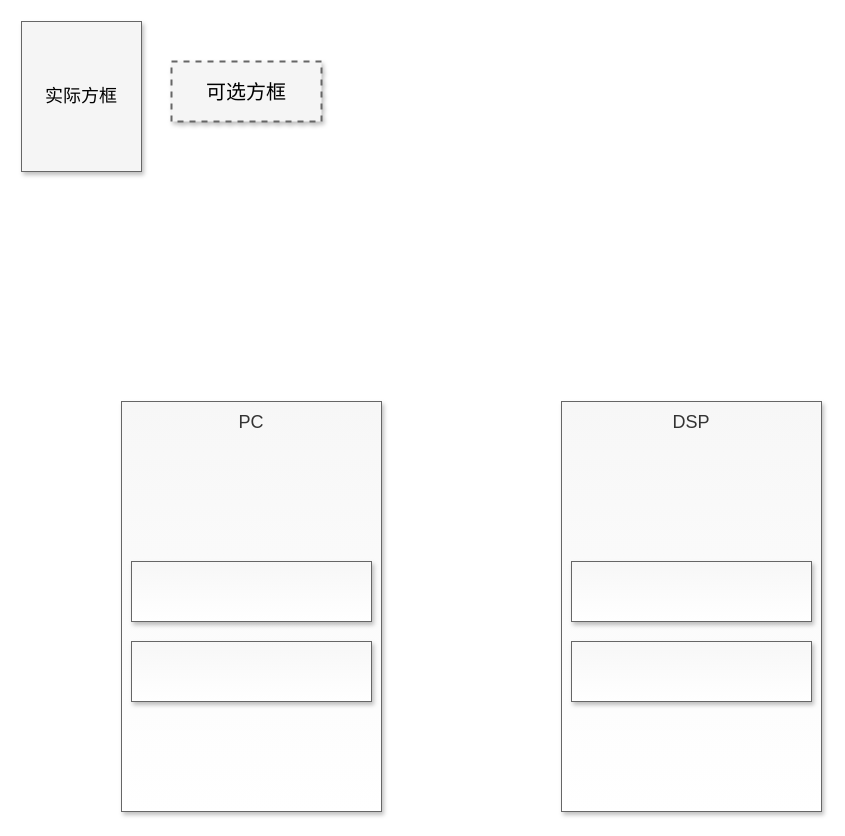
Earlier version of the draw.io diagram page "Page-1" (1 of 2) of Untitled Diagram.drawio (fuxinsen/test). Source tidied: cells renumbered, new cells numbered last; positions are measured from the earlier drawing's top-left corner, leaving out a move shared by most shapes. Both pictures are drawn from the tidied source at 100%, with x=0, y=0 at pixel (21, 21).
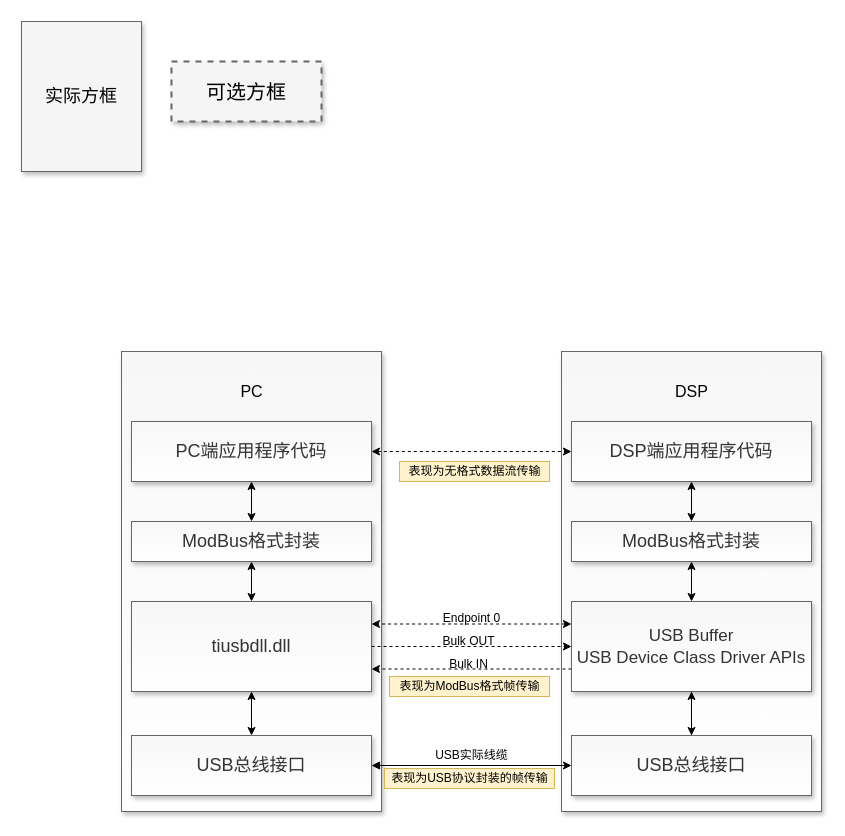
Above is the later version.

Diff of the diagram source:
```diff
@@
-    <mxCell id="2" value="DSP&lt;br&gt;&lt;br&gt;&lt;br&gt;&lt;br&gt;&lt;br&gt;&lt;br&gt;&lt;br&gt;&lt;br&gt;&lt;br&gt;&lt;br&gt;&lt;br&gt;&lt;br&gt;&lt;br&gt;&lt;br&gt;&lt;br&gt;&lt;br&gt;&lt;br&gt;&lt;br&gt;" style="whiteSpace=wrap;html=1;shadow=1;fontSize=18;sketch=0;rounded=0;glass=0;strokeColor=#666666;fontColor=#333333;fillColor=#F7F7F7;gradientColor=#ffffff;" parent="1" vertex="1">
-      <mxGeometry x="540" y="380" width="260" height="410" as="geometry" />
+    <mxCell id="2" style="whiteSpace=wrap;html=1;shadow=1;fontSize=18;sketch=0;rounded=0;glass=0;strokeColor=#666666;fontColor=#333333;fillColor=#F7F7F7;gradientColor=#ffffff;" parent="1" vertex="1">
+      <mxGeometry x="540" y="330" width="260" height="460" as="geometry" />
     </mxCell>
-    <mxCell id="3" value="&lt;div&gt;&lt;span&gt;PC&lt;/span&gt;&lt;/div&gt;&lt;div&gt;&lt;span&gt;&lt;br&gt;&lt;/span&gt;&lt;/div&gt;&lt;div&gt;&lt;span&gt;&lt;br&gt;&lt;/span&gt;&lt;/div&gt;&lt;div&gt;&lt;span&gt;&lt;br&gt;&lt;/span&gt;&lt;/div&gt;&lt;div&gt;&lt;span&gt;&lt;br&gt;&lt;/span&gt;&lt;/div&gt;&lt;div&gt;&lt;span&gt;&lt;br&gt;&lt;/span&gt;&lt;/div&gt;&lt;div&gt;&lt;br&gt;&lt;/div&gt;&lt;div&gt;&lt;br&gt;&lt;/div&gt;&lt;div&gt;&lt;br&gt;&lt;/div&gt;&lt;div&gt;&lt;br&gt;&lt;/div&gt;&lt;div&gt;&lt;br&gt;&lt;/div&gt;&lt;div&gt;&lt;br&gt;&lt;/div&gt;&lt;div&gt;&lt;br&gt;&lt;/div&gt;&lt;div&gt;&lt;br&gt;&lt;/div&gt;&lt;div&gt;&lt;br&gt;&lt;/div&gt;&lt;div&gt;&lt;br&gt;&lt;/div&gt;&lt;div&gt;&lt;br&gt;&lt;/div&gt;&lt;div&gt;&lt;br&gt;&lt;/div&gt;" style="whiteSpace=wrap;html=1;shadow=1;fontSize=18;sketch=0;rounded=0;glass=0;strokeColor=#666666;fontColor=#333333;fillColor=#F7F7F7;gradientColor=#ffffff;align=center;" parent="1" vertex="1">
-      <mxGeometry x="100" y="380" width="260" height="410" as="geometry" />
+    <mxCell id="3" value="&lt;div&gt;&lt;br&gt;&lt;/div&gt;" style="whiteSpace=wrap;html=1;shadow=1;fontSize=18;sketch=0;rounded=0;glass=0;strokeColor=#666666;fontColor=#333333;fillColor=#F7F7F7;gradientColor=#ffffff;align=center;" parent="1" vertex="1">
+      <mxGeometry x="100" y="330" width="260" height="460" as="geometry" />
     </mxCell>
@@
+    <mxCell id="10" style="edgeStyle=orthogonalEdgeStyle;rounded=0;sketch=0;jettySize=auto;html=1;entryX=0;entryY=0.5;entryDx=0;entryDy=0;shadow=0;dashed=1;startArrow=none;startFill=0;strokeColor=#000000;strokeWidth=1;fillColor=none;" parent="1" edge="1" source="6" target="8">
+      <mxGeometry relative="1" as="geometry" />
+    </mxCell>
-    <mxCell id="6" style="whiteSpace=wrap;html=1;shadow=1;fontSize=18;sketch=0;rounded=0;glass=0;strokeColor=#666666;fontColor=#333333;fillColor=#F7F7F7;gradientColor=#ffffff;" parent="1" vertex="1">
-      <mxGeometry x="110" y="540" width="240" height="60" as="geometry" />
+    <mxCell id="6" value="tiusbdll.dll" style="whiteSpace=wrap;html=1;shadow=1;fontSize=18;sketch=0;rounded=0;glass=0;strokeColor=#666666;fontColor=#333333;fillColor=#F7F7F7;gradientColor=#ffffff;" parent="1" vertex="1">
+      <mxGeometry x="110" y="580" width="240" height="90" as="geometry" />
     </mxCell>
+    <mxCell id="11" style="edgeStyle=orthogonalEdgeStyle;rounded=0;jettySize=auto;html=1;entryX=0;entryY=0.5;entryDx=0;entryDy=0;startArrow=block;" parent="1" edge="1" source="7" target="9">
+      <mxGeometry relative="1" as="geometry" />
+    </mxCell>
+    <mxCell id="12" style="edgeStyle=orthogonalEdgeStyle;rounded=0;sketch=0;jettySize=auto;html=1;exitX=0.5;exitY=0;exitDx=0;exitDy=0;entryX=0.5;entryY=1;entryDx=0;entryDy=0;shadow=0;startArrow=classic;startFill=1;strokeColor=#000000;strokeWidth=1;fillColor=none;" parent="1" edge="1" source="7" target="6">
+      <mxGeometry relative="1" as="geometry" />
+    </mxCell>
-    <mxCell id="7" style="whiteSpace=wrap;html=1;shadow=1;fontSize=18;sketch=0;rounded=0;glass=0;strokeColor=#666666;fontColor=#333333;fillColor=#F7F7F7;gradientColor=#ffffff;" parent="1" vertex="1">
-      <mxGeometry x="110" y="620" width="240" height="60" as="geometry" />
+    <mxCell id="7" value="USB总线接口" style="whiteSpace=wrap;html=1;shadow=1;fontSize=18;sketch=0;rounded=0;glass=0;strokeColor=#666666;fontColor=#333333;fillColor=#F7F7F7;gradientColor=#ffffff;" parent="1" vertex="1">
+      <mxGeometry x="110" y="714" width="240" height="60" as="geometry" />
     </mxCell>
+    <mxCell id="13" style="edgeStyle=orthogonalEdgeStyle;rounded=0;jettySize=auto;html=1;" parent="1" edge="1" source="8" target="9">
+      <mxGeometry relative="1" as="geometry" />
+    </mxCell>
+    <mxCell id="14" style="edgeStyle=orthogonalEdgeStyle;rounded=0;sketch=0;jettySize=auto;html=1;exitX=0;exitY=0.75;exitDx=0;exitDy=0;entryX=1;entryY=0.75;entryDx=0;entryDy=0;shadow=0;dashed=1;startArrow=none;startFill=0;strokeColor=#000000;strokeWidth=1;fillColor=none;" parent="1" edge="1" source="8" target="6">
+      <mxGeometry relative="1" as="geometry" />
+    </mxCell>
+    <mxCell id="15" style="edgeStyle=orthogonalEdgeStyle;rounded=0;sketch=0;jettySize=auto;html=1;exitX=0;exitY=0.25;exitDx=0;exitDy=0;entryX=1;entryY=0.25;entryDx=0;entryDy=0;shadow=0;startArrow=classic;startFill=1;strokeColor=#000000;strokeWidth=1;fillColor=none;dashed=1;" parent="1" edge="1" source="8" target="6">
+      <mxGeometry relative="1" as="geometry">
+        <Array as="points">
+          <mxPoint x="500" y="603" />
+          <mxPoint x="500" y="603" />
+        </Array>
+      </mxGeometry>
+    </mxCell>
-    <mxCell id="8" style="whiteSpace=wrap;html=1;shadow=1;fontSize=18;sketch=0;rounded=0;glass=0;strokeColor=#666666;fontColor=#333333;fillColor=#F7F7F7;gradientColor=#ffffff;" parent="1" vertex="1">
-      <mxGeometry x="550" y="540" width="240" height="60" as="geometry" />
+    <mxCell id="8" value="&lt;font style=&quot;font-size: 17px&quot;&gt;USB Buffer&lt;br&gt;USB Device Class Driver APIs&lt;/font&gt;" style="whiteSpace=wrap;html=1;shadow=1;fontSize=18;sketch=0;rounded=0;glass=0;strokeColor=#666666;fontColor=#333333;fillColor=#F7F7F7;gradientColor=#ffffff;" parent="1" vertex="1">
+      <mxGeometry x="550" y="580" width="240" height="90" as="geometry" />
     </mxCell>
+    <mxCell id="16" style="edgeStyle=orthogonalEdgeStyle;rounded=0;jettySize=auto;html=1;entryX=0.5;entryY=1;entryDx=0;entryDy=0;" parent="1" edge="1" source="9" target="8">
+      <mxGeometry relative="1" as="geometry" />
+    </mxCell>
-    <mxCell id="9" style="whiteSpace=wrap;html=1;shadow=1;fontSize=18;sketch=0;rounded=0;glass=0;strokeColor=#666666;fontColor=#333333;fillColor=#F7F7F7;gradientColor=#ffffff;" parent="1" vertex="1">
-      <mxGeometry x="550" y="620" width="240" height="60" as="geometry" />
+    <mxCell id="9" value="USB总线接口" style="whiteSpace=wrap;html=1;shadow=1;fontSize=18;sketch=0;rounded=0;glass=0;strokeColor=#666666;fontColor=#333333;fillColor=#F7F7F7;gradientColor=#ffffff;" parent="1" vertex="1">
+      <mxGeometry x="550" y="714" width="240" height="60" as="geometry" />
     </mxCell>
+    <mxCell id="17" style="edgeStyle=orthogonalEdgeStyle;rounded=0;sketch=0;jettySize=auto;html=1;shadow=0;dashed=1;startArrow=classic;startFill=1;strokeColor=#000000;strokeWidth=1;fillColor=none;" parent="1" edge="1" source="19" target="21">
+      <mxGeometry relative="1" as="geometry" />
+    </mxCell>
+    <mxCell id="18" style="edgeStyle=orthogonalEdgeStyle;rounded=0;sketch=0;jettySize=auto;html=1;shadow=0;startArrow=classic;startFill=1;strokeColor=#000000;strokeWidth=1;fillColor=none;fontSize=16;" parent="1" edge="1" source="19" target="32">
+      <mxGeometry relative="1" as="geometry" />
+    </mxCell>
+    <mxCell id="19" value="PC端应用程序代码" style="whiteSpace=wrap;html=1;shadow=1;fontSize=18;sketch=0;rounded=0;glass=0;strokeColor=#666666;fontColor=#333333;fillColor=#F7F7F7;gradientColor=#ffffff;" parent="1" vertex="1">
+      <mxGeometry x="110" y="400" width="240" height="60" as="geometry" />
+    </mxCell>
+    <mxCell id="20" style="edgeStyle=orthogonalEdgeStyle;rounded=0;sketch=0;jettySize=auto;html=1;shadow=0;startArrow=classic;startFill=1;strokeColor=#000000;strokeWidth=1;fillColor=none;fontSize=16;" parent="1" edge="1" source="21" target="34">
+      <mxGeometry relative="1" as="geometry" />
+    </mxCell>
+    <mxCell id="21" value="&lt;span&gt;DSP端应用程序代码&lt;/span&gt;" style="whiteSpace=wrap;html=1;shadow=1;fontSize=18;sketch=0;rounded=0;glass=0;strokeColor=#666666;fontColor=#333333;fillColor=#F7F7F7;gradientColor=#ffffff;" parent="1" vertex="1">
+      <mxGeometry x="550" y="400" width="240" height="60" as="geometry" />
+    </mxCell>
+    <mxCell id="22" value="Endpoint 0" style="text;html=1;align=center;verticalAlign=middle;" parent="1" vertex="1">
+      <mxGeometry x="415" y="587" width="70" height="20" as="geometry" />
+    </mxCell>
+    <mxCell id="23" value="Bulk OUT" style="text;html=1;align=center;verticalAlign=middle;" parent="1" vertex="1">
+      <mxGeometry x="412" y="610" width="70" height="20" as="geometry" />
+    </mxCell>
+    <mxCell id="24" value="Bulk IN" style="text;html=1;align=center;verticalAlign=middle;" parent="1" vertex="1">
+      <mxGeometry x="422" y="633" width="50" height="20" as="geometry" />
+    </mxCell>
+    <mxCell id="25" value="USB实际线缆" style="text;html=1;align=center;verticalAlign=middle;" parent="1" vertex="1">
+      <mxGeometry x="405" y="724" width="90" height="20" as="geometry" />
+    </mxCell>
+    <mxCell id="26" value="表现为无格式数据流传输" style="text;html=1;align=center;verticalAlign=middle;fillColor=#fff2cc;strokeColor=#d6b656;" parent="1" vertex="1">
+      <mxGeometry x="378" y="440" width="150" height="20" as="geometry" />
+    </mxCell>
+    <mxCell id="27" value="表现为USB协议封装的帧传输" style="text;html=1;align=center;verticalAlign=middle;fillColor=#fff2cc;strokeColor=#d6b656;" parent="1" vertex="1">
+      <mxGeometry x="363" y="747" width="170" height="20" as="geometry" />
+    </mxCell>
+    <mxCell id="28" value="表现为ModBus格式帧传输" style="text;html=1;align=center;verticalAlign=middle;fillColor=#fff2cc;strokeColor=#d6b656;" parent="1" vertex="1">
+      <mxGeometry x="368" y="655" width="160" height="20" as="geometry" />
+    </mxCell>
+    <mxCell id="29" value="PC" style="text;html=1;align=center;verticalAlign=middle;fontSize=16;" parent="1" vertex="1">
+      <mxGeometry x="210" y="360" width="40" height="20" as="geometry" />
+    </mxCell>
+    <mxCell id="30" value="DSP" style="text;html=1;align=center;verticalAlign=middle;fontSize=16;" parent="1" vertex="1">
+      <mxGeometry x="645" y="360" width="50" height="20" as="geometry" />
+    </mxCell>
+    <mxCell id="31" style="edgeStyle=orthogonalEdgeStyle;rounded=0;sketch=0;jettySize=auto;html=1;shadow=0;startArrow=classic;startFill=1;strokeColor=#000000;strokeWidth=1;fillColor=none;fontSize=16;" parent="1" edge="1" source="32" target="6">
+      <mxGeometry relative="1" as="geometry" />
+    </mxCell>
+    <mxCell id="32" value="ModBus格式封装" style="whiteSpace=wrap;html=1;shadow=1;fontSize=18;sketch=0;rounded=0;glass=0;strokeColor=#666666;fontColor=#333333;fillColor=#F7F7F7;gradientColor=#ffffff;" parent="1" vertex="1">
+      <mxGeometry x="110" y="500" width="240" height="40" as="geometry" />
+    </mxCell>
+    <mxCell id="33" style="edgeStyle=orthogonalEdgeStyle;rounded=0;sketch=0;jettySize=auto;html=1;shadow=0;startArrow=classic;startFill=1;strokeColor=#000000;strokeWidth=1;fillColor=none;fontSize=16;" parent="1" edge="1" source="34" target="8">
+      <mxGeometry relative="1" as="geometry" />
+    </mxCell>
+    <mxCell id="34" value="ModBus格式封装" style="whiteSpace=wrap;html=1;shadow=1;fontSize=18;sketch=0;rounded=0;glass=0;strokeColor=#666666;fontColor=#333333;fillColor=#F7F7F7;gradientColor=#ffffff;" parent="1" vertex="1">
+      <mxGeometry x="550" y="500" width="240" height="40" as="geometry" />
+    </mxCell>
```
